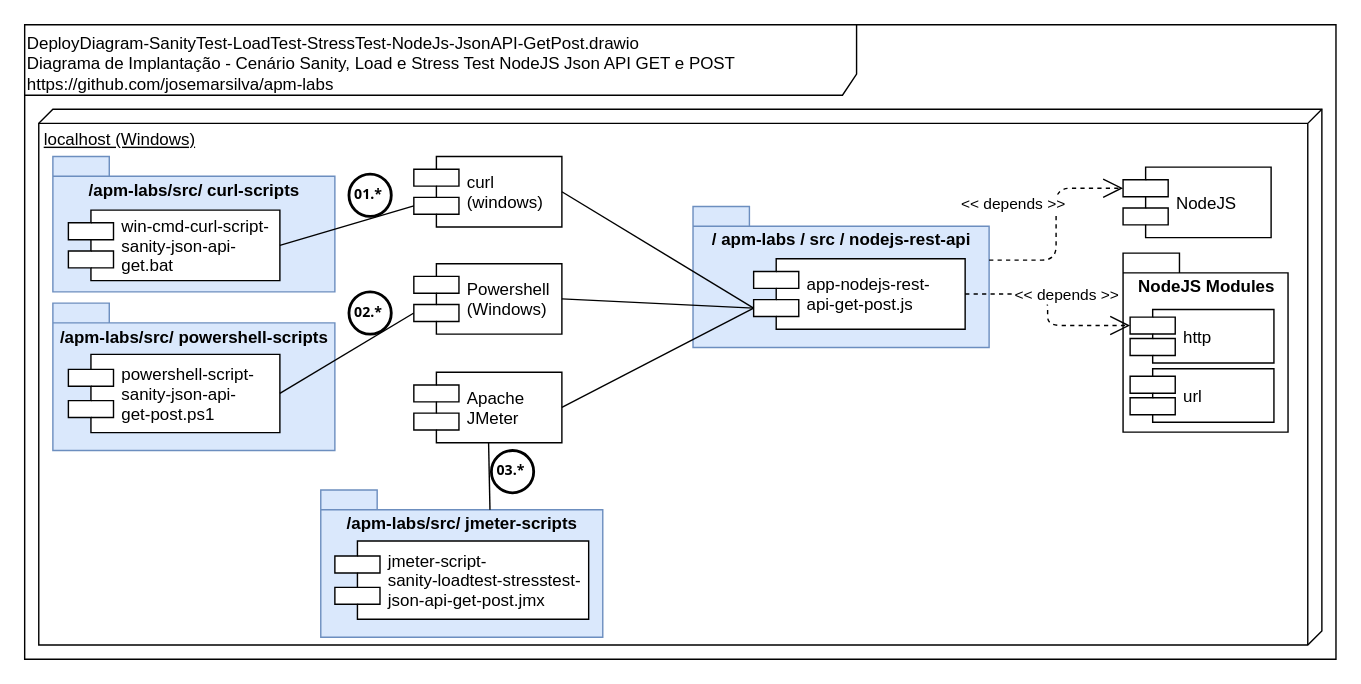
The draw.io diagram doc/DeployDiagram-SanityTest-LoadTest-StressTest-NodeJs-JsonAPI-GetPost.drawio in josemarsilva/apm-labs, before the edit. Source tidied: cells renumbered, new cells numbered last; positions are measured from the earlier drawing's top-left corner, leaving out a move shared by most shapes. Both pictures are drawn from the tidied source at 141%, with x=0, y=0 at pixel (24, 24).
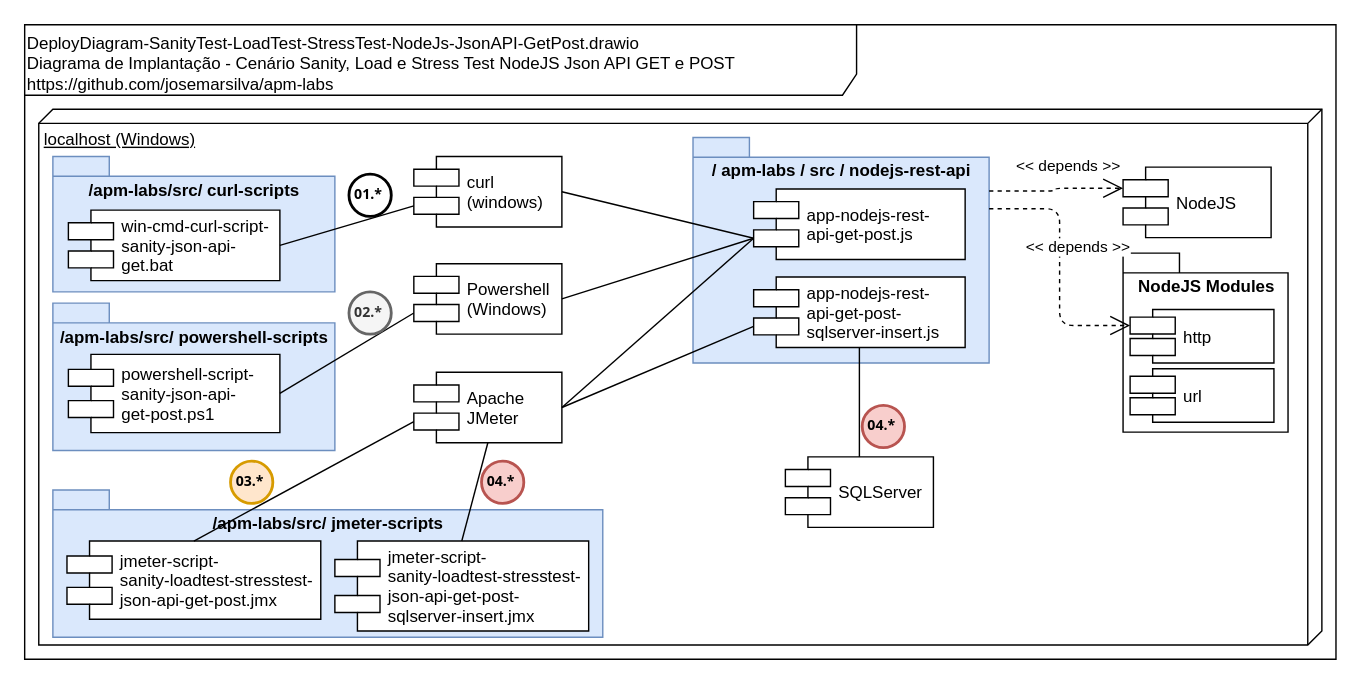
Above is the later version.

Unchanged cells that the change refers to:
```xml
<mxCell id="7" value="NodeJS" style="shape=component;align=left;spacingLeft=36;" parent="1" vertex="1">
  <mxGeometry x="779" y="101" width="105" height="50" as="geometry" />
</mxCell>
<mxCell id="9" value="http" style="shape=component;align=left;spacingLeft=36;" parent="1" vertex="1">
  <mxGeometry x="784" y="202" width="102" height="38" as="geometry" />
</mxCell>
<mxCell id="27" value="Apache &#10;JMeter" style="shape=component;align=left;spacingLeft=36;" parent="1" vertex="1">
  <mxGeometry x="276" y="246.5" width="105" height="50" as="geometry" />
</mxCell>
```

Diff of the diagram source:
```diff
@@
     <mxCell id="5" value="&lt;div style=&quot;text-align: left&quot;&gt;&lt;span&gt;/ apm-labs / src / &lt;/span&gt;&lt;span&gt;nodejs-rest-api&lt;/span&gt;&lt;/div&gt;" style="shape=folder;fontStyle=1;spacingTop=10;tabWidth=40;tabHeight=14;tabPosition=left;html=1;verticalAlign=top;fillColor=#dae8fc;strokeColor=#6c8ebf;" parent="1" vertex="1">
-      <mxGeometry x="474" y="129" width="210" height="100" as="geometry" />
+      <mxGeometry x="474" y="80" width="210" height="160" as="geometry" />
     </mxCell>
     <mxCell id="6" value="app-nodejs-rest-&#10;api-get-post.js" style="shape=component;align=left;spacingLeft=36;" parent="1" vertex="1">
-      <mxGeometry x="517" y="166" width="150" height="50" as="geometry" />
+      <mxGeometry x="517" y="116.5" width="150" height="50" as="geometry" />
     </mxCell>
@@
     <mxCell id="10" value="&amp;lt;&amp;lt; depends &amp;gt;&amp;gt;" style="endArrow=open;endSize=12;dashed=1;html=1;exitX=0;exitY=0;exitDx=210;exitDy=38;exitPerimeter=0;entryX=0;entryY=0.3;entryDx=0;entryDy=0;edgeStyle=orthogonalEdgeStyle;" parent="1" edge="1" source="5" target="7">
-      <mxGeometry x="0.21" y="32" relative="1" as="geometry">
-        <mxPoint x="1" as="offset" />
-      </mxGeometry>
+      <mxGeometry x="0.2" y="16" relative="1" as="geometry" />
     </mxCell>
-    <mxCell id="11" value="&amp;lt;&amp;lt; depends &amp;gt;&amp;gt;" style="endArrow=open;endSize=12;dashed=1;html=1;exitX=1;exitY=0.5;exitDx=0;exitDy=0;entryX=0;entryY=0.3;entryDx=0;entryDy=0;edgeStyle=orthogonalEdgeStyle;" parent="1" edge="1" source="6" target="9">
+    <mxCell id="11" value="&amp;lt;&amp;lt; depends &amp;gt;&amp;gt;" style="endArrow=open;endSize=12;dashed=1;html=1;exitX=0;exitY=0;exitDx=210;exitDy=50.5;entryX=0;entryY=0.3;entryDx=0;entryDy=0;edgeStyle=orthogonalEdgeStyle;exitPerimeter=0;" parent="1" edge="1" source="5" target="9">
       <mxGeometry x="-0.16" y="12" relative="1" as="geometry">
         <mxPoint x="1" as="offset" />
       </mxGeometry>
     </mxCell>
@@
-    <mxCell id="23" value="02.*" style="ellipse;whiteSpace=wrap;html=1;strokeWidth=2;fontFamily=Tahoma;spacingBottom=4;spacingRight=2;fontStyle=1;fontSize=10;" parent="1" vertex="1">
+    <mxCell id="23" value="02.*" style="ellipse;whiteSpace=wrap;html=1;strokeWidth=2;fontFamily=Tahoma;spacingBottom=4;spacingRight=2;fontStyle=1;fontSize=10;fillColor=#f5f5f5;strokeColor=#666666;fontColor=#333333;" parent="1" vertex="1">
       <mxGeometry x="230" y="189.5" width="30" height="30" as="geometry" />
     </mxCell>
     <mxCell id="24" value="&lt;div style=&quot;text-align: left&quot;&gt;&lt;span&gt;/apm-labs/src/&amp;nbsp;&lt;/span&gt;&lt;span&gt;jmeter-scripts&lt;/span&gt;&lt;/div&gt;" style="shape=folder;fontStyle=1;spacingTop=10;tabWidth=40;tabHeight=14;tabPosition=left;html=1;verticalAlign=top;fillColor=#dae8fc;strokeColor=#6c8ebf;" parent="1" vertex="1">
-      <mxGeometry x="210" y="330" width="200" height="104.5" as="geometry" />
+      <mxGeometry x="20" y="330" width="390" height="104.5" as="geometry" />
     </mxCell>
     <mxCell id="25" value="jmeter-script-&#10;sanity-loadtest-stresstest-&#10;json-api-get-post.jmx" style="shape=component;align=left;spacingLeft=36;" parent="1" vertex="1">
-      <mxGeometry x="220" y="366.2" width="180" height="55.5" as="geometry" />
+      <mxGeometry x="30" y="366.2" width="180" height="55.5" as="geometry" />
     </mxCell>
-    <mxCell id="26" style="rounded=0;jettySize=auto;html=1;endArrow=none;endFill=0;fontSize=11;entryX=0;entryY=0;entryDx=120;entryDy=14;entryPerimeter=0;" parent="1" edge="1" source="27" target="24">
+    <mxCell id="26" style="rounded=0;jettySize=auto;html=1;endArrow=none;endFill=0;fontSize=11;entryX=0.5;entryY=0;entryDx=0;entryDy=0;exitX=0;exitY=0.7;exitDx=0;exitDy=0;" parent="1" edge="1" source="27" target="25">
       <mxGeometry relative="1" as="geometry" />
     </mxCell>
@@
-    <mxCell id="28" value="03.*" style="ellipse;whiteSpace=wrap;html=1;strokeWidth=2;fontFamily=Tahoma;spacingBottom=4;spacingRight=2;fontStyle=1;fontSize=10;" parent="1" vertex="1">
-      <mxGeometry x="331" y="302" width="30" height="30" as="geometry" />
+    <mxCell id="28" value="03.*" style="ellipse;whiteSpace=wrap;html=1;strokeWidth=2;fontFamily=Tahoma;spacingBottom=4;spacingRight=2;fontStyle=1;fontSize=10;fillColor=#ffe6cc;strokeColor=#d79b00;" parent="1" vertex="1">
+      <mxGeometry x="146" y="309.5" width="30" height="30" as="geometry" />
     </mxCell>
@@
+    <mxCell id="30" value="SQLServer" style="shape=component;align=left;spacingLeft=36;" parent="1" vertex="1">
+      <mxGeometry x="539.5" y="306.5" width="105" height="50" as="geometry" />
+    </mxCell>
+    <mxCell id="31" value="04.*" style="ellipse;whiteSpace=wrap;html=1;strokeWidth=2;fontFamily=Tahoma;spacingBottom=4;spacingRight=2;fontStyle=1;fontSize=10;fillColor=#f8cecc;strokeColor=#b85450;" parent="1" vertex="1">
+      <mxGeometry x="594" y="270" width="30" height="30" as="geometry" />
+    </mxCell>
+    <mxCell id="32" value="app-nodejs-rest-&#10;api-get-post-&#10;sqlserver-insert.js" style="shape=component;align=left;spacingLeft=36;" parent="1" vertex="1">
+      <mxGeometry x="517" y="179" width="150" height="50" as="geometry" />
+    </mxCell>
+    <mxCell id="33" style="endArrow=none;startArrow=none;endFill=0;startFill=0;html=1;exitX=0.5;exitY=0;exitDx=0;exitDy=0;entryX=0.5;entryY=1;entryDx=0;entryDy=0;rounded=0;" parent="1" edge="1" source="30" target="32">
+      <mxGeometry relative="1" as="geometry" />
+    </mxCell>
+    <mxCell id="34" style="endArrow=none;startArrow=none;endFill=0;startFill=0;html=1;exitX=1;exitY=0.5;exitDx=0;exitDy=0;entryX=0;entryY=0.7;entryDx=0;entryDy=0;rounded=0;" parent="1" edge="1" source="27" target="32">
+      <mxGeometry relative="1" as="geometry" />
+    </mxCell>
+    <mxCell id="35" value="jmeter-script-&#10;sanity-loadtest-stresstest-&#10;json-api-get-post-&#10;sqlserver-insert.jmx" style="shape=component;align=left;spacingLeft=36;" parent="1" vertex="1">
+      <mxGeometry x="220" y="366.2" width="180" height="63.8" as="geometry" />
+    </mxCell>
+    <mxCell id="36" style="rounded=0;jettySize=auto;html=1;endArrow=none;endFill=0;fontSize=11;entryX=0.5;entryY=0;entryDx=0;entryDy=0;exitX=0.5;exitY=1;exitDx=0;exitDy=0;" parent="1" edge="1" source="27" target="35">
+      <mxGeometry relative="1" as="geometry" />
+    </mxCell>
+    <mxCell id="37" value="04.*" style="ellipse;whiteSpace=wrap;html=1;strokeWidth=2;fontFamily=Tahoma;spacingBottom=4;spacingRight=2;fontStyle=1;fontSize=10;fillColor=#f8cecc;strokeColor=#b85450;" parent="1" vertex="1">
+      <mxGeometry x="324" y="309.5" width="30" height="30" as="geometry" />
+    </mxCell>
```
